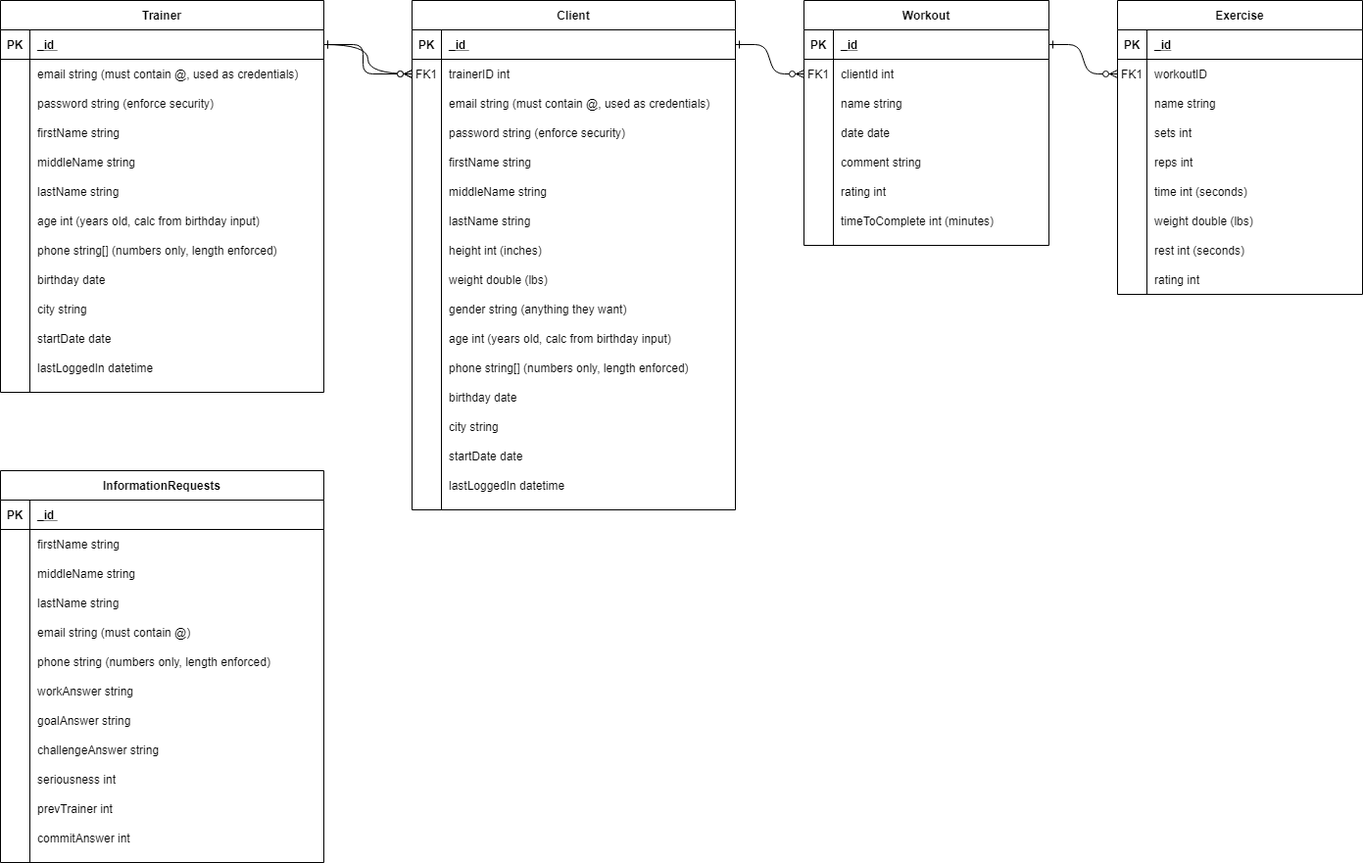
Earlier version of the draw.io export Diagrams/CG-ERD.png (glerichartwell/COP4331-Large-Project). Source tidied: cells renumbered, new cells last; positions are measured from the earlier drawing's top-left corner, leaving out a move shared by most shapes.
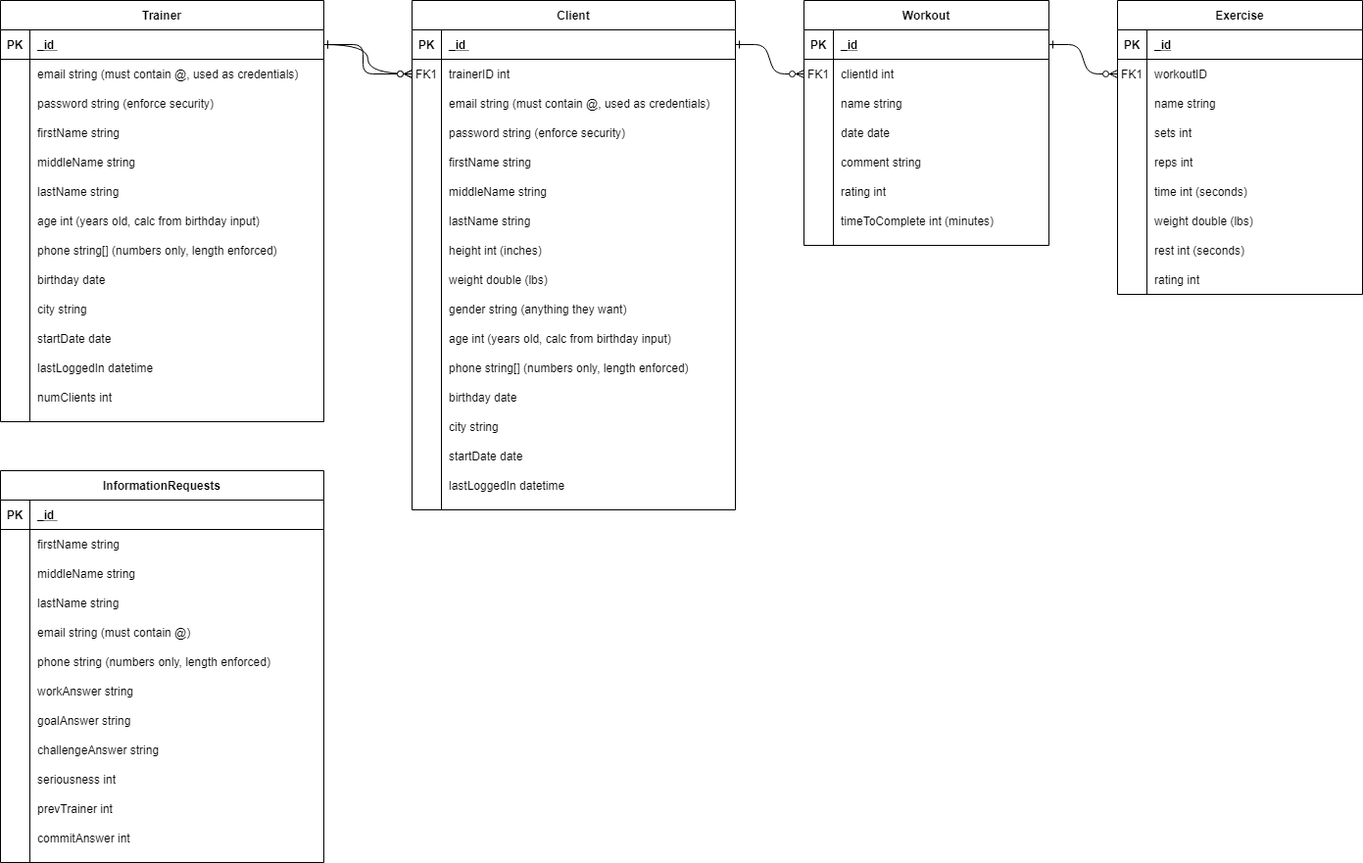
Above is the later version.

Diff of the diagram source:
```diff
@@ -306,7 +306,7 @@
       <mxGeometry x="30" width="300" height="30" as="geometry" />
     </mxCell>
     <mxCell id="103" value="Trainer" style="shape=table;startSize=30;rowLines=0;fontStyle=1;align=center;" parent="1" vertex="1">
-      <mxGeometry width="330" height="400" as="geometry" />
+      <mxGeometry width="330" height="430" as="geometry" />
     </mxCell>
     <mxCell id="104" style="shape=partialRectangle;fillColor=none;points=[[0,0.5],[1,0.5]];portConstraint=eastwest;top=0;left=0;right=0;bottom=1;" parent="103" vertex="1">
       <mxGeometry y="30" width="330" height="30" as="geometry" />
@@ -416,6 +416,15 @@
     <mxCell id="139" value="lastLoggedIn datetime" style="shape=partialRectangle;overflow=hidden;fillColor=none;top=0;left=0;bottom=0;right=0;align=left;spacingLeft=6;" parent="137" vertex="1">
       <mxGeometry x="30" width="300" height="30" as="geometry" />
     </mxCell>
+    <mxCell id="179" style="shape=partialRectangle;fillColor=none;top=0;left=0;right=0;bottom=0;" parent="103" vertex="1">
+      <mxGeometry y="390" width="330" height="30" as="geometry" />
+    </mxCell>
+    <mxCell id="180" style="shape=partialRectangle;overflow=hidden;fillColor=none;top=0;left=0;bottom=0;right=0;" parent="179" vertex="1">
+      <mxGeometry width="30" height="30" as="geometry" />
+    </mxCell>
+    <mxCell id="181" value="numClients int" style="shape=partialRectangle;overflow=hidden;fillColor=none;top=0;left=0;bottom=0;right=0;align=left;spacingLeft=6;" parent="179" vertex="1">
+      <mxGeometry x="30" width="300" height="30" as="geometry" />
+    </mxCell>
     <mxCell id="140" style="edgeStyle=orthogonalEdgeStyle;jettySize=auto;html=1;exitX=1;exitY=0.5;exitDx=0;exitDy=0;entryX=0;entryY=0.5;entryDx=0;entryDy=0;startArrow=ERone;startFill=0;endArrow=ERzeroToMany;endFill=1;strokeColor=default;rounded=1;" parent="1" edge="1" source="104" target="58">
       <mxGeometry relative="1" as="geometry">
         <Array as="points">
```
